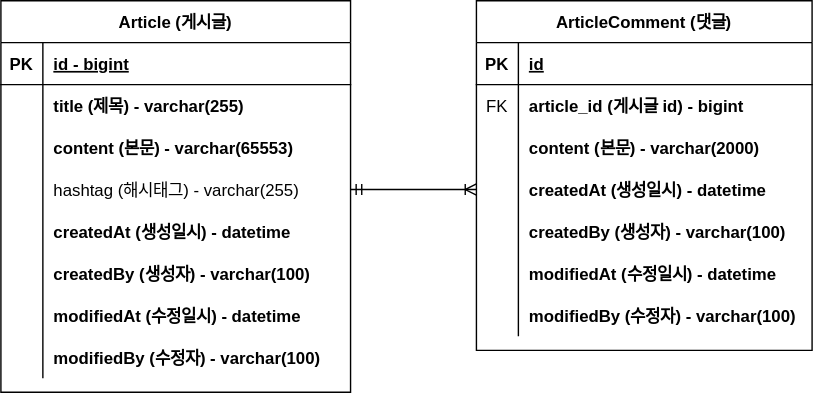
sk-lim19f/project-board keeps this draw.io diagram as document/project-board-erd.svg. Above is the earlier version. Source tidied: cells renumbered, new cells last; positions are measured from the earlier drawing's top-left corner, leaving out a move shared by most shapes.
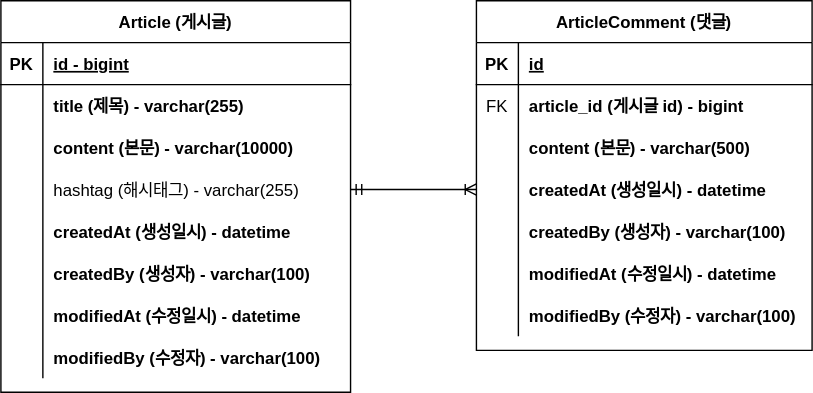
Later version of the same file.

Commit message:
#10 - ERD Update content 사이즈 변경

What changed in the source:
```diff
@@ -29,7 +29,7 @@
     <mxCell id="10" style="shape=partialRectangle;overflow=hidden;fillColor=none;top=0;left=0;bottom=0;right=0;" parent="9" vertex="1">
       <mxGeometry width="30" height="30" as="geometry" />
     </mxCell>
-    <mxCell id="11" value="content (본문) - varchar(65553)" style="shape=partialRectangle;overflow=hidden;fillColor=none;top=0;left=0;bottom=0;right=0;align=left;spacingLeft=6;fontStyle=1;" parent="9" vertex="1">
+    <mxCell id="11" value="content (본문) - varchar(10000)" style="shape=partialRectangle;overflow=hidden;fillColor=none;top=0;left=0;bottom=0;right=0;align=left;spacingLeft=6;fontStyle=1;" parent="9" vertex="1">
       <mxGeometry x="30" width="220" height="30" as="geometry" />
     </mxCell>
     <mxCell id="12" style="shape=partialRectangle;fillColor=none;points=[[0,0.5],[1,0.5]];portConstraint=eastwest;top=0;left=0;right=0;bottom=0;" parent="2" vertex="1">
@@ -104,7 +104,7 @@
     <mxCell id="35" style="shape=partialRectangle;overflow=hidden;fillColor=none;top=0;left=0;bottom=0;right=0;" parent="34" vertex="1">
       <mxGeometry width="30" height="30" as="geometry" />
     </mxCell>
-    <mxCell id="36" value="content (본문) - varchar(2000)" style="shape=partialRectangle;overflow=hidden;fillColor=none;top=0;left=0;bottom=0;right=0;align=left;spacingLeft=6;fontStyle=1;" parent="34" vertex="1">
+    <mxCell id="36" value="content (본문) - varchar(500)" style="shape=partialRectangle;overflow=hidden;fillColor=none;top=0;left=0;bottom=0;right=0;align=left;spacingLeft=6;fontStyle=1;" parent="34" vertex="1">
       <mxGeometry x="30" width="210" height="30" as="geometry" />
     </mxCell>
     <mxCell id="37" style="shape=partialRectangle;fillColor=none;points=[[0,0.5],[1,0.5]];portConstraint=eastwest;top=0;left=0;right=0;bottom=0;" parent="27" vertex="1">
```
